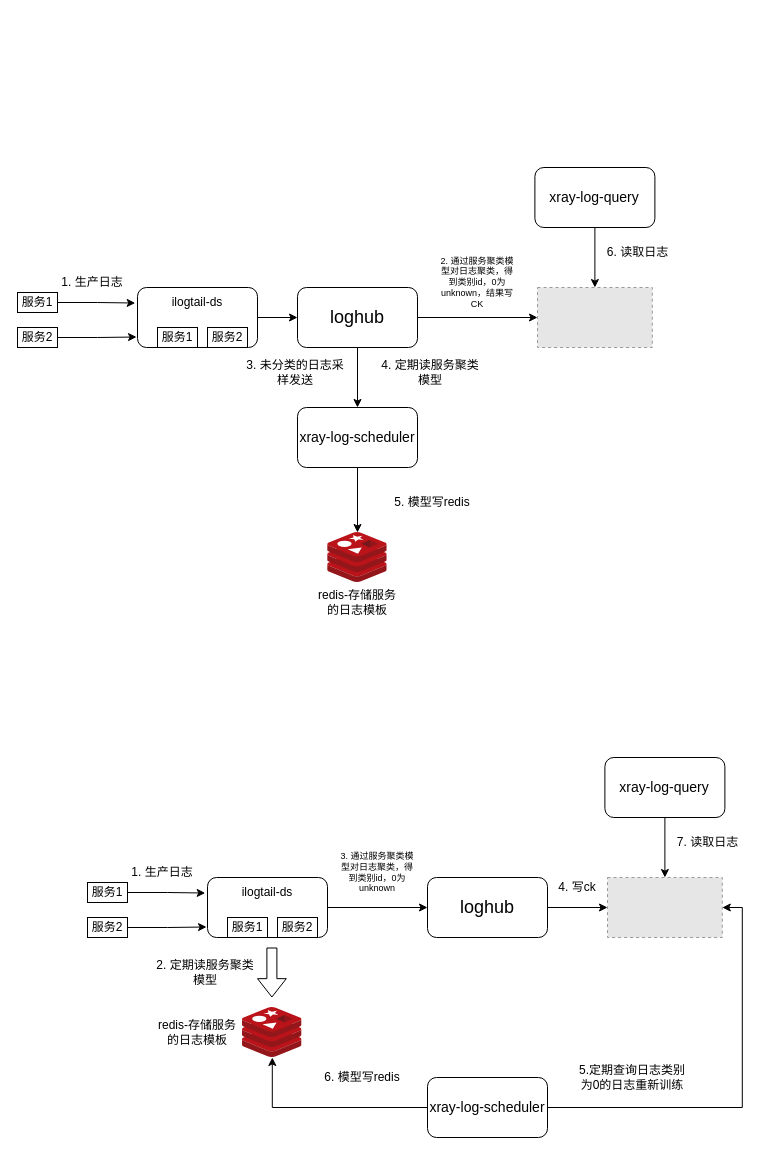
PalanQu/images keeps this draw.io diagram as page "第 2 页" (5 of 26) of 未命名绘图.drawio. Above is the earlier version. Source tidied: cells renumbered, new cells numbered last; positions are measured from the earlier drawing's top-left corner, leaving out a move shared by most shapes. Both pictures are drawn from the tidied source at 100%, with x=0, y=0 at pixel (17, 167). Pictures stored in the file or linked from it are replaced by grey dashed boxes.
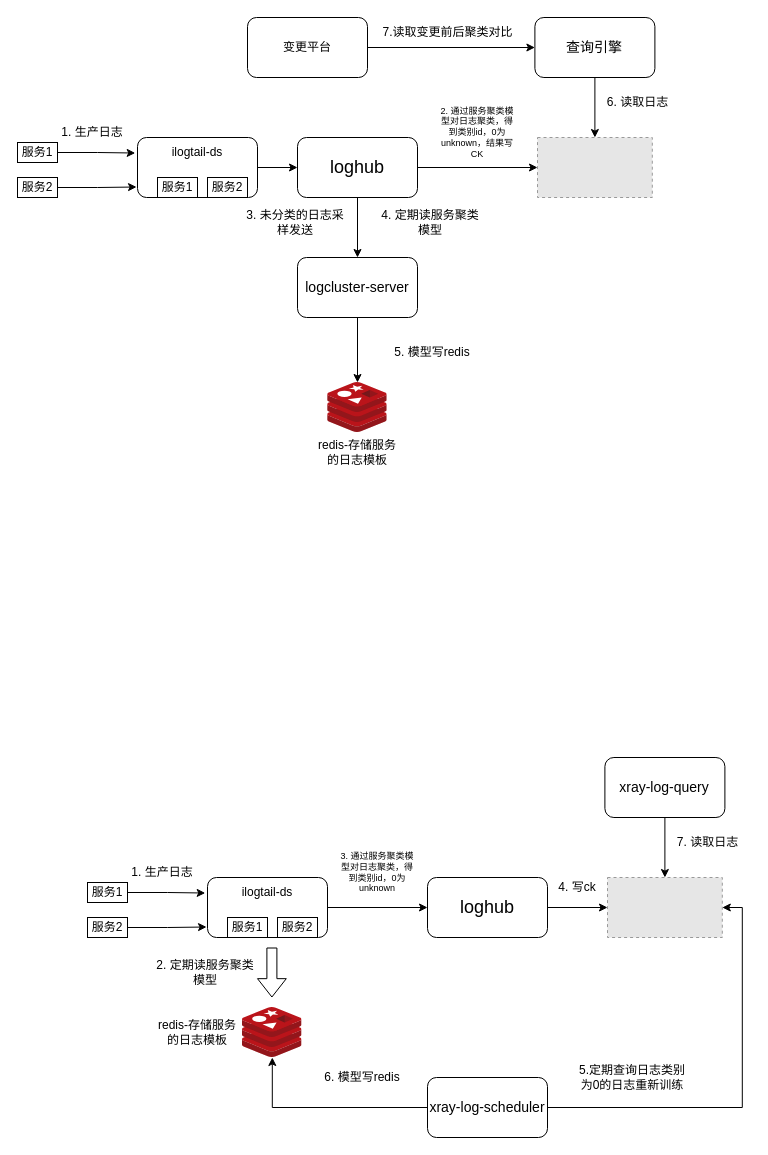
The same page after the edit.

Commit message:
Update 未命名绘图.drawio

The edit, as a diff of the source:
```diff
@@
     <mxCell id="30" style="rounded=1;whiteSpace=wrap;html=1;fontSize=18;" parent="1" vertex="1">
-      <mxGeometry x="120" y="120" width="120" height="60" as="geometry" />
+      <mxGeometry x="120" y="-30" width="120" height="60" as="geometry" />
     </mxCell>
@@
     <mxCell id="33" value="loghub" style="rounded=1;whiteSpace=wrap;html=1;fontSize=18;" parent="1" vertex="1">
-      <mxGeometry x="280" y="120" width="120" height="60" as="geometry" />
+      <mxGeometry x="280" y="-30" width="120" height="60" as="geometry" />
     </mxCell>
     <mxCell id="34" style="image;sketch=0;html=1;points=[];align=center;fontSize=12;image=img/lib/mscae/Cache_Redis_Product.svg;" parent="1" vertex="1">
-      <mxGeometry x="310.2" y="365" width="59.5" height="50" as="geometry" />
+      <mxGeometry x="310.2" y="215" width="59.5" height="50" as="geometry" />
     </mxCell>
     <mxCell id="35" value="ilogtail-ds" style="text;strokeColor=none;align=center;fillColor=none;html=1;verticalAlign=middle;whiteSpace=wrap;rounded=0;" parent="1" vertex="1">
-      <mxGeometry x="150" y="120" width="60" height="30" as="geometry" />
+      <mxGeometry x="150" y="-30" width="60" height="30" as="geometry" />
     </mxCell>
     <mxCell id="36" value="服务1" style="rounded=0;whiteSpace=wrap;html=1;" parent="1" vertex="1">
-      <mxGeometry x="140" y="160" width="40" height="20" as="geometry" />
+      <mxGeometry x="140" y="10" width="40" height="20" as="geometry" />
     </mxCell>
     <mxCell id="37" value="服务2" style="rounded=0;whiteSpace=wrap;html=1;" parent="1" vertex="1">
-      <mxGeometry x="190" y="160" width="40" height="20" as="geometry" />
+      <mxGeometry x="190" y="10" width="40" height="20" as="geometry" />
     </mxCell>
     <mxCell id="38" value="3. 未分类的日志采样发送" style="text;strokeColor=none;align=center;fillColor=none;html=1;verticalAlign=middle;whiteSpace=wrap;rounded=0;" parent="1" vertex="1">
-      <mxGeometry x="225" y="190" width="105.5" height="30" as="geometry" />
+      <mxGeometry x="225" y="40" width="105.5" height="30" as="geometry" />
     </mxCell>
     <mxCell id="39" style="fillColor=#E6E6E6;strokeColor=#999999;dashed=1;verticalLabelPosition=bottom;labelBackgroundColor=default;verticalAlign=top;" parent="1" vertex="1">
-      <mxGeometry x="520" y="120" width="114.8" height="60" as="geometry" />
+      <mxGeometry x="520" y="-30" width="114.8" height="60" as="geometry" />
     </mxCell>
@@
-    <mxCell id="41" value="xray-log-scheduler" style="rounded=1;whiteSpace=wrap;html=1;fontSize=14;" parent="1" vertex="1">
-      <mxGeometry x="280" y="240" width="120" height="60" as="geometry" />
+    <mxCell id="41" value="logcluster-server" style="rounded=1;whiteSpace=wrap;html=1;fontSize=14;" parent="1" vertex="1">
+      <mxGeometry x="280" y="90" width="120" height="60" as="geometry" />
     </mxCell>
     <mxCell id="42" value="服务1" style="rounded=0;whiteSpace=wrap;html=1;" parent="1" vertex="1">
-      <mxGeometry y="125" width="40" height="20" as="geometry" />
+      <mxGeometry y="-25" width="40" height="20" as="geometry" />
     </mxCell>
     <mxCell id="43" value="服务2" style="rounded=0;whiteSpace=wrap;html=1;" parent="1" vertex="1">
-      <mxGeometry y="160" width="40" height="20" as="geometry" />
+      <mxGeometry y="10" width="40" height="20" as="geometry" />
     </mxCell>
@@
     <mxCell id="46" value="2. 通过服务聚类模型对日志聚类，得到类别id，0为unknown，结果写CK" style="text;strokeColor=none;align=center;fillColor=none;html=1;verticalAlign=middle;whiteSpace=wrap;rounded=0;fontSize=9;" parent="1" vertex="1">
-      <mxGeometry x="420" y="85" width="80" height="60" as="geometry" />
+      <mxGeometry x="420" y="-65" width="80" height="60" as="geometry" />
     </mxCell>
     <mxCell id="47" value="redis-存储服务的日志模板" style="text;strokeColor=none;align=center;fillColor=none;html=1;verticalAlign=middle;whiteSpace=wrap;rounded=0;" parent="1" vertex="1">
-      <mxGeometry x="300" y="420" width="80" height="30" as="geometry" />
+      <mxGeometry x="300" y="270" width="80" height="30" as="geometry" />
     </mxCell>
     <mxCell id="48" value="1. 生产日志" style="text;strokeColor=none;align=center;fillColor=none;html=1;verticalAlign=middle;whiteSpace=wrap;rounded=0;" parent="1" vertex="1">
-      <mxGeometry x="40" y="100" width="70" height="30" as="geometry" />
+      <mxGeometry x="40" y="-50" width="70" height="30" as="geometry" />
     </mxCell>
     <mxCell id="49" value="5. 模型写redis" style="text;strokeColor=none;align=center;fillColor=none;html=1;verticalAlign=middle;whiteSpace=wrap;rounded=0;" parent="1" vertex="1">
-      <mxGeometry x="360" y="305" width="110" height="60" as="geometry" />
+      <mxGeometry x="360" y="155" width="110" height="60" as="geometry" />
     </mxCell>
@@
-    <mxCell id="51" value="xray-log-query" style="rounded=1;whiteSpace=wrap;html=1;fontSize=14;" parent="1" vertex="1">
-      <mxGeometry x="517.4" width="120" height="60" as="geometry" />
+    <mxCell id="51" value="查询引擎" style="rounded=1;whiteSpace=wrap;html=1;fontSize=14;" parent="1" vertex="1">
+      <mxGeometry x="517.4" y="-150" width="120" height="60" as="geometry" />
     </mxCell>
     <mxCell id="52" value="6. 读取日志" style="text;html=1;align=center;verticalAlign=middle;strokeColor=none;fillColor=none;" parent="1" vertex="1">
-      <mxGeometry x="580" y="70" width="80" height="30" as="geometry" />
+      <mxGeometry x="580" y="-80" width="80" height="30" as="geometry" />
     </mxCell>
     <mxCell id="53" value="4. 定期读服务聚类模型" style="text;strokeColor=none;align=center;fillColor=none;html=1;verticalAlign=middle;whiteSpace=wrap;rounded=0;" parent="1" vertex="1">
-      <mxGeometry x="360" y="190" width="105.5" height="30" as="geometry" />
+      <mxGeometry x="360" y="40" width="105.5" height="30" as="geometry" />
     </mxCell>
+    <mxCell id="54" style="edgeStyle=orthogonalEdgeStyle;rounded=0;jettySize=auto;html=1;" parent="1" edge="1" source="55" target="51">
+      <mxGeometry relative="1" as="geometry" />
+    </mxCell>
+    <mxCell id="55" value="变更平台" style="rounded=1;whiteSpace=wrap;html=1;" parent="1" vertex="1">
+      <mxGeometry x="230" y="-150" width="120" height="60" as="geometry" />
+    </mxCell>
+    <mxCell id="56" value="7.读取变更前后聚类对比" style="text;html=1;align=center;verticalAlign=middle;strokeColor=none;fillColor=none;" parent="1" vertex="1">
+      <mxGeometry x="355" y="-150" width="150" height="30" as="geometry" />
+    </mxCell>
```
